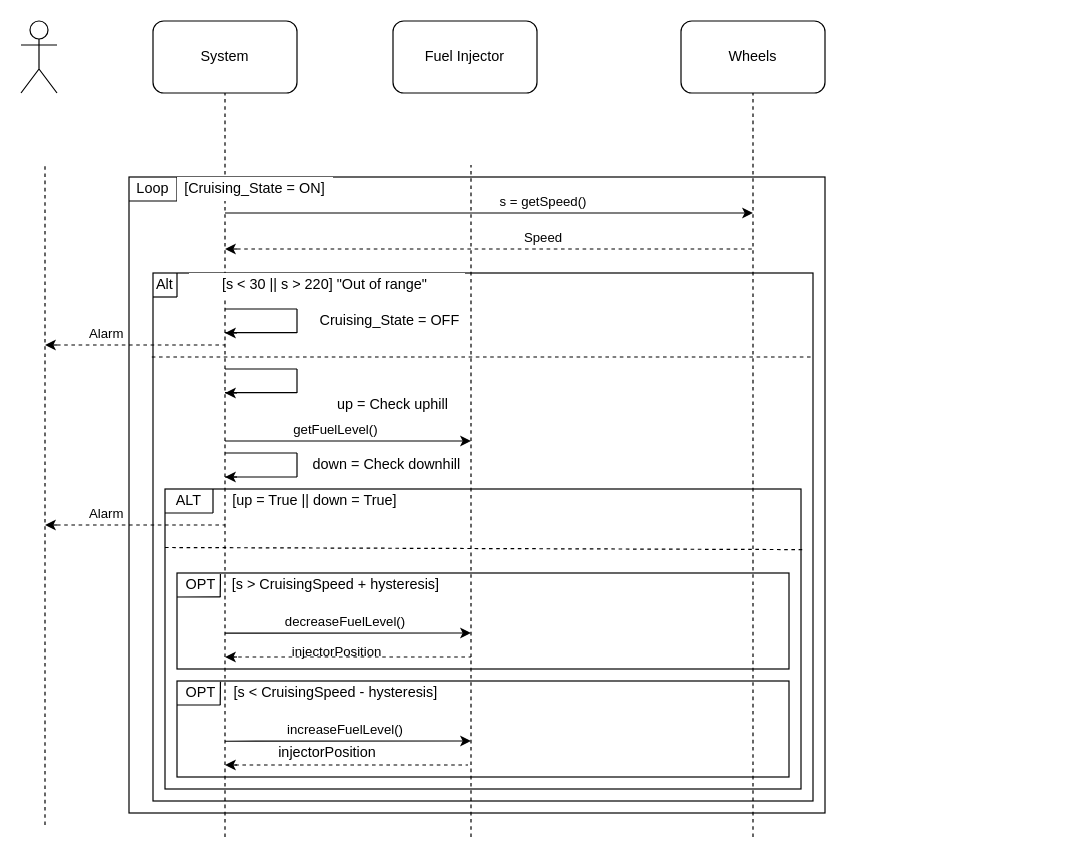
PashaJ23/sandbox-area keeps this draw.io diagram as Keep_Cruising.drawio. Above is the earlier version. Source tidied: cells renumbered, new cells numbered last; positions are measured from the earlier drawing's top-left corner, leaving out a move shared by most shapes. Both pictures are drawn from the tidied source at 120%, with x=0, y=0 at pixel (20, 20).
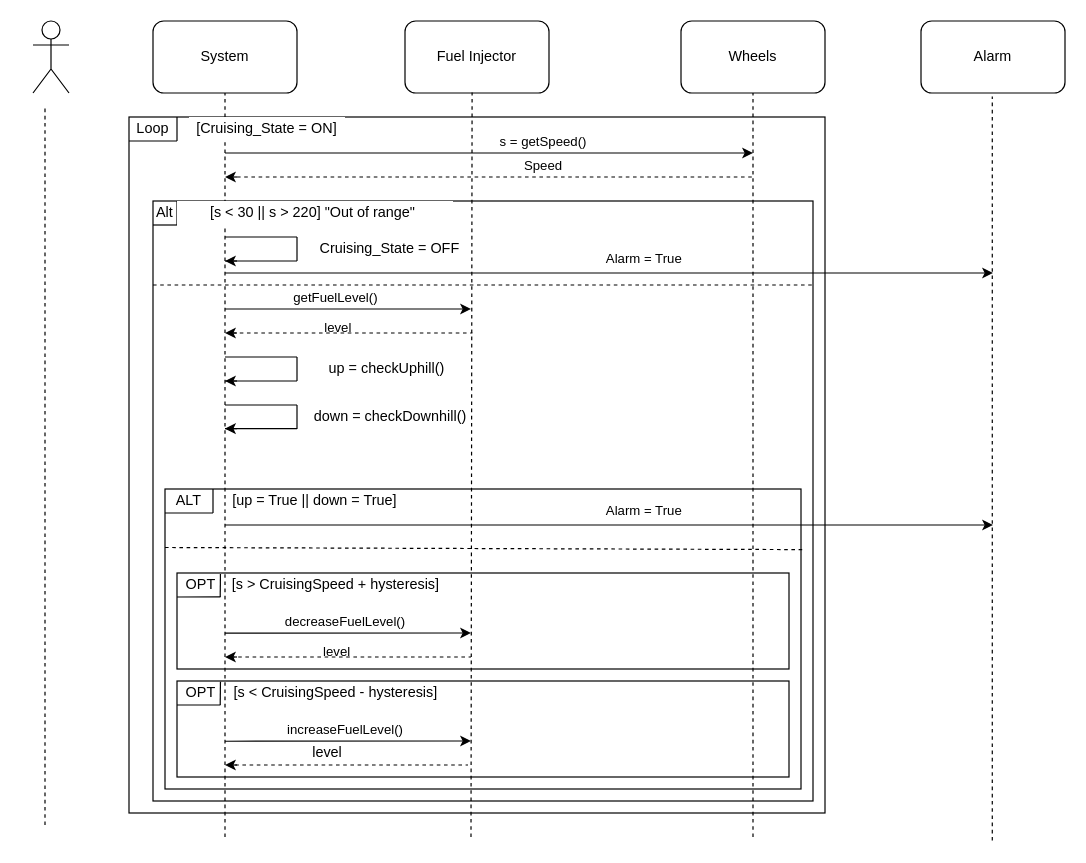
After the change.

The change refers to these unchanged cells:
```xml
<mxCell id="54" style="endArrow=none;dashed=1;html=1;" parent="1" edge="1">
  <mxGeometry relative="1" as="geometry">
    <mxPoint x="175" y="530" as="sourcePoint" />
    <mxPoint x="375" y="530" as="targetPoint" />
  </mxGeometry>
</mxCell>
```

Change to the diagram source:
```diff
@@
     <mxCell id="2" style="rounded=0;whiteSpace=wrap;html=1;glass=0;shadow=0;sketch=0;fillColor=none;labelBackgroundColor=none;" parent="1" vertex="1">
-      <mxGeometry x="90" y="130" width="580" height="530" as="geometry" />
+      <mxGeometry x="90" y="80" width="580" height="580" as="geometry" />
     </mxCell>
     <mxCell id="3" style="rounded=0;whiteSpace=wrap;html=1;shadow=0;glass=0;labelBackgroundColor=#ffffff;sketch=0;fillColor=none;" parent="1" vertex="1">
-      <mxGeometry x="110" y="210" width="550" height="440" as="geometry" />
+      <mxGeometry x="110" y="150" width="550" height="500" as="geometry" />
     </mxCell>
@@
     <mxCell id="7" style="shape=umlActor;verticalLabelPosition=bottom;verticalAlign=top;html=1;align=center;" parent="1" vertex="1">
-      <mxGeometry width="30" height="60" as="geometry" />
+      <mxGeometry x="10" width="30" height="60" as="geometry" />
     </mxCell>
     <mxCell id="8" style="endArrow=none;dashed=1;html=1;" parent="1" edge="1">
       <mxGeometry relative="1" as="geometry">
         <mxPoint x="20" y="670" as="sourcePoint" />
-        <mxPoint x="20" y="120" as="targetPoint" />
+        <mxPoint x="20" y="70" as="targetPoint" />
       </mxGeometry>
     </mxCell>
@@
     <mxCell id="10" value="Fuel Injector" style="rounded=1;whiteSpace=wrap;html=1;" parent="1" vertex="1">
-      <mxGeometry x="310" width="120" height="60" as="geometry" />
+      <mxGeometry x="320" width="120" height="60" as="geometry" />
     </mxCell>
@@
-    <mxCell id="13" style="endArrow=none;dashed=1;html=1;entryX=0.5;entryY=1;entryDx=0;entryDy=0;" parent="1" edge="1">
+    <mxCell id="13" style="endArrow=none;dashed=1;html=1;entryX=0.466;entryY=0.992;entryDx=0;entryDy=0;entryPerimeter=0;" parent="1" edge="1" target="10">
       <mxGeometry relative="1" as="geometry">
         <mxPoint x="375" y="680" as="sourcePoint" />
-        <mxPoint x="375" y="120" as="targetPoint" />
       </mxGeometry>
     </mxCell>
@@
     <mxCell id="15" style="endArrow=classic;html=1;" parent="1" edge="1">
       <mxGeometry relative="1" as="geometry">
-        <mxPoint x="170" y="160" as="sourcePoint" />
-        <mxPoint x="610" y="160" as="targetPoint" />
+        <mxPoint x="170" y="110" as="sourcePoint" />
+        <mxPoint x="610" y="110" as="targetPoint" />
       </mxGeometry>
     </mxCell>
@@
     <mxCell id="17" style="endArrow=none;dashed=1;html=1;" parent="1" edge="1">
       <mxGeometry relative="1" as="geometry">
-        <mxPoint x="180" y="190" as="sourcePoint" />
-        <mxPoint x="610" y="190" as="targetPoint" />
+        <mxPoint x="180" y="130" as="sourcePoint" />
+        <mxPoint x="610" y="130" as="targetPoint" />
       </mxGeometry>
     </mxCell>
@@
     <mxCell id="19" style="endArrow=classic;html=1;" parent="1" edge="1">
       <mxGeometry relative="1" as="geometry">
-        <mxPoint x="180" y="190" as="sourcePoint" />
-        <mxPoint x="170" y="190" as="targetPoint" />
+        <mxPoint x="180" y="130" as="sourcePoint" />
+        <mxPoint x="170" y="130" as="targetPoint" />
       </mxGeometry>
     </mxCell>
     <mxCell id="20" style="endArrow=none;html=1;" parent="1" edge="1">
       <mxGeometry relative="1" as="geometry">
-        <mxPoint x="170" y="240" as="sourcePoint" />
-        <mxPoint x="230" y="240" as="targetPoint" />
+        <mxPoint x="170" y="180" as="sourcePoint" />
+        <mxPoint x="230" y="180" as="targetPoint" />
       </mxGeometry>
     </mxCell>
     <mxCell id="21" style="endArrow=none;html=1;" parent="1" edge="1">
       <mxGeometry relative="1" as="geometry">
-        <mxPoint x="230" y="260" as="sourcePoint" />
-        <mxPoint x="230" y="240" as="targetPoint" />
+        <mxPoint x="230" y="200" as="sourcePoint" />
+        <mxPoint x="230" y="180" as="targetPoint" />
       </mxGeometry>
     </mxCell>
     <mxCell id="22" style="endArrow=none;html=1;" parent="1" edge="1">
       <mxGeometry relative="1" as="geometry">
-        <mxPoint x="170" y="259.7" as="sourcePoint" />
-        <mxPoint x="230" y="259.7" as="targetPoint" />
+        <mxPoint x="170" y="200" as="sourcePoint" />
+        <mxPoint x="230" y="200" as="targetPoint" />
       </mxGeometry>
     </mxCell>
-    <mxCell id="23" style="endArrow=none;dashed=1;html=1;" parent="1" edge="1">
-      <mxGeometry relative="1" as="geometry">
-        <mxPoint x="30" y="270" as="sourcePoint" />
-        <mxPoint x="170" y="270" as="targetPoint" />
-      </mxGeometry>
-    </mxCell>
-    <mxCell id="24" value="Alarm" style="edgeLabel;html=1;align=center;verticalAlign=middle;labelBackgroundColor=#ffffff;" parent="23" vertex="1">
-      <mxGeometry x="-0.15" y="-1" relative="1" as="geometry">
-        <mxPoint x="-19.3" y="-11" as="offset" />
-      </mxGeometry>
-    </mxCell>
-    <mxCell id="25" style="endArrow=classic;html=1;" parent="1" edge="1">
-      <mxGeometry relative="1" as="geometry">
-        <mxPoint x="30" y="270" as="sourcePoint" />
-        <mxPoint x="20" y="270" as="targetPoint" />
-      </mxGeometry>
-    </mxCell>
     <mxCell id="26" style="endArrow=none;dashed=1;html=1;" parent="1" edge="1">
       <mxGeometry relative="1" as="geometry">
-        <mxPoint x="109" y="280" as="sourcePoint" />
-        <mxPoint x="660" y="280" as="targetPoint" />
+        <mxPoint x="110" y="220" as="sourcePoint" />
+        <mxPoint x="661" y="220" as="targetPoint" />
       </mxGeometry>
     </mxCell>
     <mxCell id="27" style="endArrow=none;html=1;" parent="1" edge="1">
       <mxGeometry relative="1" as="geometry">
-        <mxPoint x="170" y="290" as="sourcePoint" />
-        <mxPoint x="230" y="290" as="targetPoint" />
+        <mxPoint x="170" y="280" as="sourcePoint" />
+        <mxPoint x="230" y="280" as="targetPoint" />
       </mxGeometry>
     </mxCell>
     <mxCell id="28" style="endArrow=none;html=1;" parent="1" edge="1">
       <mxGeometry relative="1" as="geometry">
-        <mxPoint x="230" y="310" as="sourcePoint" />
-        <mxPoint x="230" y="290" as="targetPoint" />
+        <mxPoint x="230" y="300" as="sourcePoint" />
+        <mxPoint x="230" y="280" as="targetPoint" />
       </mxGeometry>
     </mxCell>
     <mxCell id="29" style="endArrow=none;html=1;" parent="1" edge="1">
       <mxGeometry relative="1" as="geometry">
-        <mxPoint x="170" y="309.7" as="sourcePoint" />
-        <mxPoint x="230" y="309.7" as="targetPoint" />
+        <mxPoint x="170" y="300" as="sourcePoint" />
+        <mxPoint x="230" y="300" as="targetPoint" />
       </mxGeometry>
     </mxCell>
-    <mxCell id="30" style="endArrow=none;dashed=1;html=1;" parent="1" edge="1">
-      <mxGeometry relative="1" as="geometry">
-        <mxPoint x="30" y="420" as="sourcePoint" />
-        <mxPoint x="170" y="420" as="targetPoint" />
-      </mxGeometry>
-    </mxCell>
-    <mxCell id="31" value="Alarm" style="edgeLabel;html=1;align=center;verticalAlign=middle;" parent="30" vertex="1">
-      <mxGeometry x="-0.15" y="-1" relative="1" as="geometry">
-        <mxPoint x="-19.3" y="-11" as="offset" />
-      </mxGeometry>
-    </mxCell>
-    <mxCell id="32" style="endArrow=classic;html=1;" parent="1" edge="1">
-      <mxGeometry relative="1" as="geometry">
-        <mxPoint x="30" y="420" as="sourcePoint" />
-        <mxPoint x="20" y="420" as="targetPoint" />
-      </mxGeometry>
-    </mxCell>
     <mxCell id="33" value="Loop" style="text;html=1;strokeColor=none;fillColor=none;align=center;verticalAlign=middle;whiteSpace=wrap;rounded=0;shadow=0;glass=0;sketch=0;" parent="1" vertex="1">
-      <mxGeometry x="90" y="130" width="40" height="20" as="geometry" />
+      <mxGeometry x="90" y="80" width="40" height="20" as="geometry" />
     </mxCell>
@@
-    <mxCell id="35" style="endArrow=none;html=1;exitX=0;exitY=1;exitDx=0;exitDy=0;" parent="1" edge="1" source="33">
-      <mxGeometry relative="1" as="geometry">
-        <mxPoint x="130" y="150" as="targetPoint" />
-      </mxGeometry>
+    <mxCell id="35" style="endArrow=none;html=1;exitX=0;exitY=1;exitDx=0;exitDy=0;entryX=1;entryY=1;entryDx=0;entryDy=0;" parent="1" edge="1" source="33" target="33">
+      <mxGeometry relative="1" as="geometry" />
     </mxCell>
@@
     <mxCell id="37" value="[Cruising_State = ON]" style="text;html=1;strokeColor=none;align=center;verticalAlign=middle;whiteSpace=wrap;rounded=0;shadow=0;glass=0;sketch=0;labelBackgroundColor=none;fillColor=#ffffff;" parent="1" vertex="1">
-      <mxGeometry x="130" y="130" width="130" height="20" as="geometry" />
+      <mxGeometry x="140" y="80" width="130" height="20" as="geometry" />
     </mxCell>
     <mxCell id="38" value="Alt" style="text;html=1;strokeColor=none;fillColor=none;align=center;verticalAlign=middle;whiteSpace=wrap;rounded=0;shadow=0;glass=0;labelBackgroundColor=#ffffff;sketch=0;" parent="1" vertex="1">
-      <mxGeometry x="100" y="210" width="40" height="20" as="geometry" />
+      <mxGeometry x="100" y="150" width="40" height="20" as="geometry" />
     </mxCell>
     <mxCell id="39" style="endArrow=none;html=1;" parent="1" edge="1">
       <mxGeometry relative="1" as="geometry">
-        <mxPoint x="110" y="230" as="sourcePoint" />
-        <mxPoint x="130" y="230" as="targetPoint" />
+        <mxPoint x="110" y="170" as="sourcePoint" />
+        <mxPoint x="130" y="170" as="targetPoint" />
       </mxGeometry>
     </mxCell>
@@
     <mxCell id="41" value="[s &amp;lt; 30 || s &amp;gt; 220] &quot;Out of range&quot;&amp;nbsp;" style="text;html=1;strokeColor=none;align=center;verticalAlign=middle;whiteSpace=wrap;rounded=0;shadow=0;glass=0;labelBackgroundColor=#ffffff;sketch=0;fillColor=#ffffff;" parent="1" vertex="1">
-      <mxGeometry x="140" y="210" width="230" height="20" as="geometry" />
+      <mxGeometry x="130" y="150" width="230" height="20" as="geometry" />
     </mxCell>
     <mxCell id="42" value="Cruising_State = OFF" style="text;html=1;strokeColor=none;fillColor=none;align=center;verticalAlign=middle;whiteSpace=wrap;rounded=0;shadow=0;glass=0;labelBackgroundColor=#ffffff;sketch=0;" parent="1" vertex="1">
-      <mxGeometry x="240" y="240" width="135" height="20" as="geometry" />
+      <mxGeometry x="240" y="180" width="135" height="20" as="geometry" />
     </mxCell>
-    <mxCell id="43" value="up = Check uphill" style="text;html=1;strokeColor=none;fillColor=none;align=center;verticalAlign=middle;whiteSpace=wrap;rounded=0;shadow=0;glass=0;labelBackgroundColor=#ffffff;sketch=0;" parent="1" vertex="1">
-      <mxGeometry x="240" y="300" width="140" height="40" as="geometry" />
+    <mxCell id="43" value="up = checkUphill()" style="text;html=1;strokeColor=none;fillColor=none;align=center;verticalAlign=middle;whiteSpace=wrap;rounded=0;shadow=0;glass=0;labelBackgroundColor=#ffffff;sketch=0;" parent="1" vertex="1">
+      <mxGeometry x="235" y="270" width="140" height="40" as="geometry" />
     </mxCell>
@@
-    <mxCell id="55" value="injectorPosition" style="edgeLabel;html=1;align=center;verticalAlign=middle;labelBackgroundColor=none;" parent="54" vertex="1">
+    <mxCell id="55" value="level" style="edgeLabel;html=1;align=center;verticalAlign=middle;labelBackgroundColor=none;" parent="54" vertex="1">
       <mxGeometry x="-0.1" relative="1" as="geometry">
         <mxPoint x="-2.9" y="-5" as="offset" />
       </mxGeometry>
     </mxCell>
@@
-    <mxCell id="65" value="injectorPosition" style="text;html=1;strokeColor=none;fillColor=none;align=center;verticalAlign=middle;whiteSpace=wrap;rounded=0;shadow=0;glass=0;labelBackgroundColor=none;sketch=0;" parent="1" vertex="1">
+    <mxCell id="65" value="level" style="text;html=1;strokeColor=none;fillColor=none;align=center;verticalAlign=middle;whiteSpace=wrap;rounded=0;shadow=0;glass=0;labelBackgroundColor=none;sketch=0;" parent="1" vertex="1">
       <mxGeometry x="202.5" y="600" width="105" height="20" as="geometry" />
     </mxCell>
@@
     <mxCell id="67" style="endArrow=classic;html=1;" parent="1" edge="1">
       <mxGeometry relative="1" as="geometry">
-        <mxPoint x="180" y="260" as="sourcePoint" />
-        <mxPoint x="170" y="260" as="targetPoint" />
+        <mxPoint x="180" y="200" as="sourcePoint" />
+        <mxPoint x="170" y="200" as="targetPoint" />
       </mxGeometry>
     </mxCell>
     <mxCell id="68" style="endArrow=classic;html=1;" parent="1" edge="1">
       <mxGeometry relative="1" as="geometry">
-        <mxPoint x="180" y="310" as="sourcePoint" />
-        <mxPoint x="170" y="310" as="targetPoint" />
+        <mxPoint x="180" y="300" as="sourcePoint" />
+        <mxPoint x="170" y="300" as="targetPoint" />
       </mxGeometry>
     </mxCell>
     <mxCell id="69" style="endArrow=none;html=1;" parent="1" edge="1">
       <mxGeometry relative="1" as="geometry">
-        <mxPoint x="170" y="360" as="sourcePoint" />
-        <mxPoint x="230" y="360" as="targetPoint" />
+        <mxPoint x="170" y="320" as="sourcePoint" />
+        <mxPoint x="230" y="320" as="targetPoint" />
       </mxGeometry>
     </mxCell>
     <mxCell id="70" style="endArrow=none;html=1;" parent="1" edge="1">
       <mxGeometry relative="1" as="geometry">
-        <mxPoint x="230" y="380" as="sourcePoint" />
-        <mxPoint x="230" y="360" as="targetPoint" />
+        <mxPoint x="230" y="340" as="sourcePoint" />
+        <mxPoint x="230" y="320" as="targetPoint" />
       </mxGeometry>
     </mxCell>
     <mxCell id="71" style="endArrow=none;html=1;" parent="1" edge="1">
       <mxGeometry relative="1" as="geometry">
-        <mxPoint x="170" y="380" as="sourcePoint" />
-        <mxPoint x="230" y="380" as="targetPoint" />
+        <mxPoint x="170" y="339.7" as="sourcePoint" />
+        <mxPoint x="230" y="339.7" as="targetPoint" />
       </mxGeometry>
     </mxCell>
     <mxCell id="72" style="endArrow=classic;html=1;" parent="1" edge="1">
       <mxGeometry relative="1" as="geometry">
-        <mxPoint x="180" y="380" as="sourcePoint" />
-        <mxPoint x="170" y="380" as="targetPoint" />
+        <mxPoint x="180" y="339.7" as="sourcePoint" />
+        <mxPoint x="170" y="339.7" as="targetPoint" />
       </mxGeometry>
     </mxCell>
-    <mxCell id="73" value="down = Check downhill" style="text;html=1;strokeColor=none;fillColor=none;align=center;verticalAlign=middle;whiteSpace=wrap;rounded=0;" parent="1" vertex="1">
-      <mxGeometry x="240" y="360" width="130" height="20" as="geometry" />
+    <mxCell id="73" value="down = checkDownhill()" style="text;html=1;strokeColor=none;fillColor=none;align=center;verticalAlign=middle;whiteSpace=wrap;rounded=0;" parent="1" vertex="1">
+      <mxGeometry x="238.8" y="320" width="137.5" height="20" as="geometry" />
     </mxCell>
-    <mxCell id="74" style="endArrow=classic;html=1;" parent="1" edge="1">
-      <mxGeometry relative="1" as="geometry">
-        <mxPoint x="170" y="350" as="sourcePoint" />
-        <mxPoint x="375" y="350" as="targetPoint" />
-      </mxGeometry>
-    </mxCell>
+    <mxCell id="76" style="rounded=1;whiteSpace=wrap;html=1;" parent="1" vertex="1">
+      <mxGeometry x="750" width="120" height="60" as="geometry" />
+    </mxCell>
+    <mxCell id="77" value="Alarm" style="text;html=1;strokeColor=none;fillColor=none;align=center;verticalAlign=middle;whiteSpace=wrap;rounded=0;" parent="1" vertex="1">
+      <mxGeometry x="790" y="20" width="40" height="20" as="geometry" />
+    </mxCell>
+    <mxCell id="78" style="endArrow=none;dashed=1;html=1;entryX=0.5;entryY=1;entryDx=0;entryDy=0;" parent="1" edge="1">
+      <mxGeometry relative="1" as="geometry">
+        <mxPoint x="809.4" y="683" as="sourcePoint" />
+        <mxPoint x="809.4" y="63" as="targetPoint" />
+      </mxGeometry>
+    </mxCell>
+    <mxCell id="79" style="endArrow=classic;html=1;" parent="1" edge="1">
+      <mxGeometry relative="1" as="geometry">
+        <mxPoint x="170" y="210" as="sourcePoint" />
+        <mxPoint x="810" y="210" as="targetPoint" />
+      </mxGeometry>
+    </mxCell>
+    <mxCell id="80" value="Alarm = True" style="edgeLabel;html=1;align=center;verticalAlign=middle;" parent="79" vertex="1">
+      <mxGeometry x="0.71" y="1" relative="1" as="geometry">
+        <mxPoint x="-198.2" y="-12" as="offset" />
+      </mxGeometry>
+    </mxCell>
+    <mxCell id="81" style="endArrow=classic;html=1;" parent="1" edge="1">
+      <mxGeometry relative="1" as="geometry">
+        <mxPoint x="170" y="420" as="sourcePoint" />
+        <mxPoint x="810" y="420" as="targetPoint" />
+      </mxGeometry>
+    </mxCell>
+    <mxCell id="82" value="Alarm = True" style="edgeLabel;html=1;align=center;verticalAlign=middle;" parent="81" vertex="1">
+      <mxGeometry x="0.71" y="1" relative="1" as="geometry">
+        <mxPoint x="-198.2" y="-12" as="offset" />
+      </mxGeometry>
+    </mxCell>
+    <mxCell id="83" style="endArrow=classic;html=1;" parent="1" edge="1">
+      <mxGeometry relative="1" as="geometry">
+        <mxPoint x="170" y="240" as="sourcePoint" />
+        <mxPoint x="375" y="240" as="targetPoint" />
+      </mxGeometry>
+    </mxCell>
-    <mxCell id="75" value="getFuelLevel()" style="edgeLabel;html=1;align=center;verticalAlign=middle;" parent="74" vertex="1">
+    <mxCell id="75" value="getFuelLevel()" style="edgeLabel;html=1;align=center;verticalAlign=middle;" parent="83" vertex="1">
       <mxGeometry x="-0.12" relative="1" as="geometry">
         <mxPoint x="1.8" y="-10" as="offset" />
       </mxGeometry>
     </mxCell>
+    <mxCell id="84" style="endArrow=none;dashed=1;html=1;" parent="1" edge="1">
+      <mxGeometry relative="1" as="geometry">
+        <mxPoint x="176.3" y="260" as="sourcePoint" />
+        <mxPoint x="376.2" y="260" as="targetPoint" />
+      </mxGeometry>
+    </mxCell>
+    <mxCell id="85" value="level" style="edgeLabel;html=1;align=center;verticalAlign=middle;labelBackgroundColor=none;" parent="84" vertex="1">
+      <mxGeometry x="-0.1" relative="1" as="geometry">
+        <mxPoint x="-2.9" y="-5" as="offset" />
+      </mxGeometry>
+    </mxCell>
+    <mxCell id="86" style="endArrow=classic;html=1;" parent="1" edge="1">
+      <mxGeometry relative="1" as="geometry">
+        <mxPoint x="180" y="260" as="sourcePoint" />
+        <mxPoint x="170" y="260" as="targetPoint" />
+      </mxGeometry>
+    </mxCell>
```
